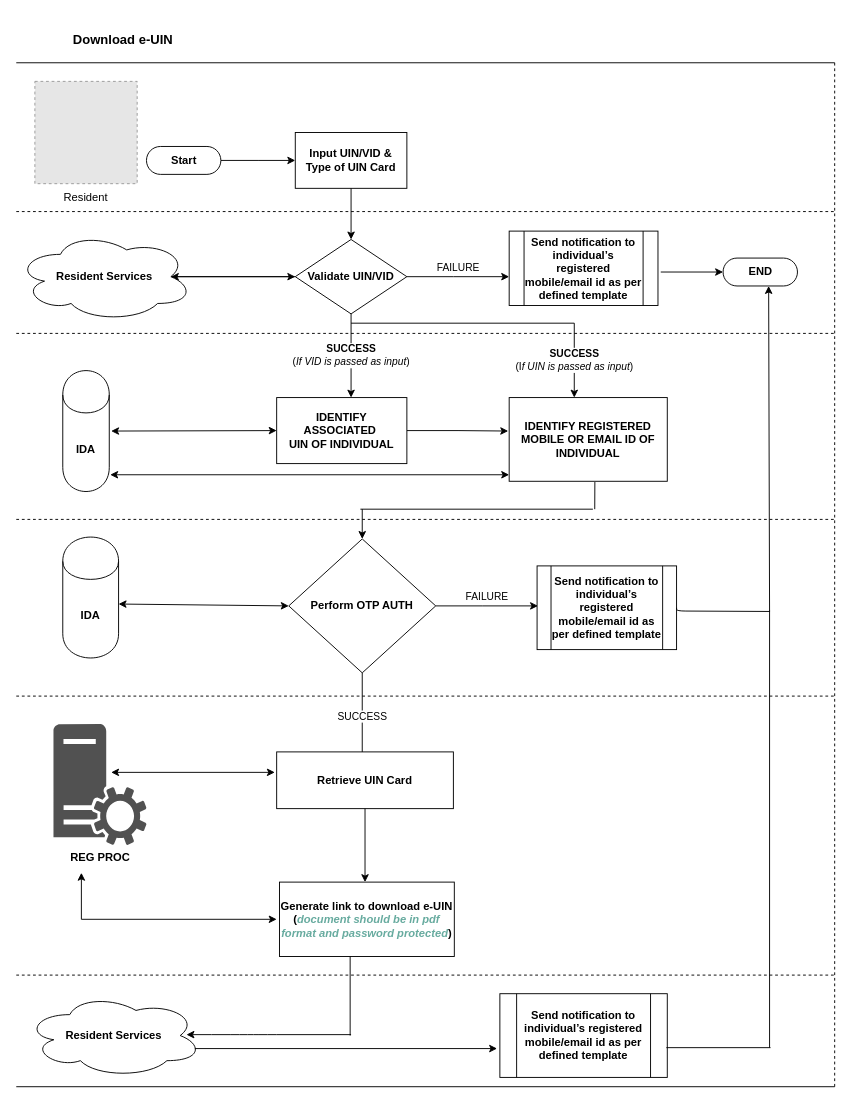
Before: page "MOS-23862" (3 of 12) of _files/requirements/final_process_flows/Resident Service.drawio in ssenmosip/mosip-temp-documentation, a draw.io diagram. Source tidied: cells renumbered, new cells numbered last; positions are measured from the earlier drawing's top-left corner, leaving out a move shared by most shapes. Both pictures are drawn from the tidied source at 93%, with x=0, y=0 at pixel (16, 16). Pictures stored in the file or linked from it are replaced by grey dashed boxes.
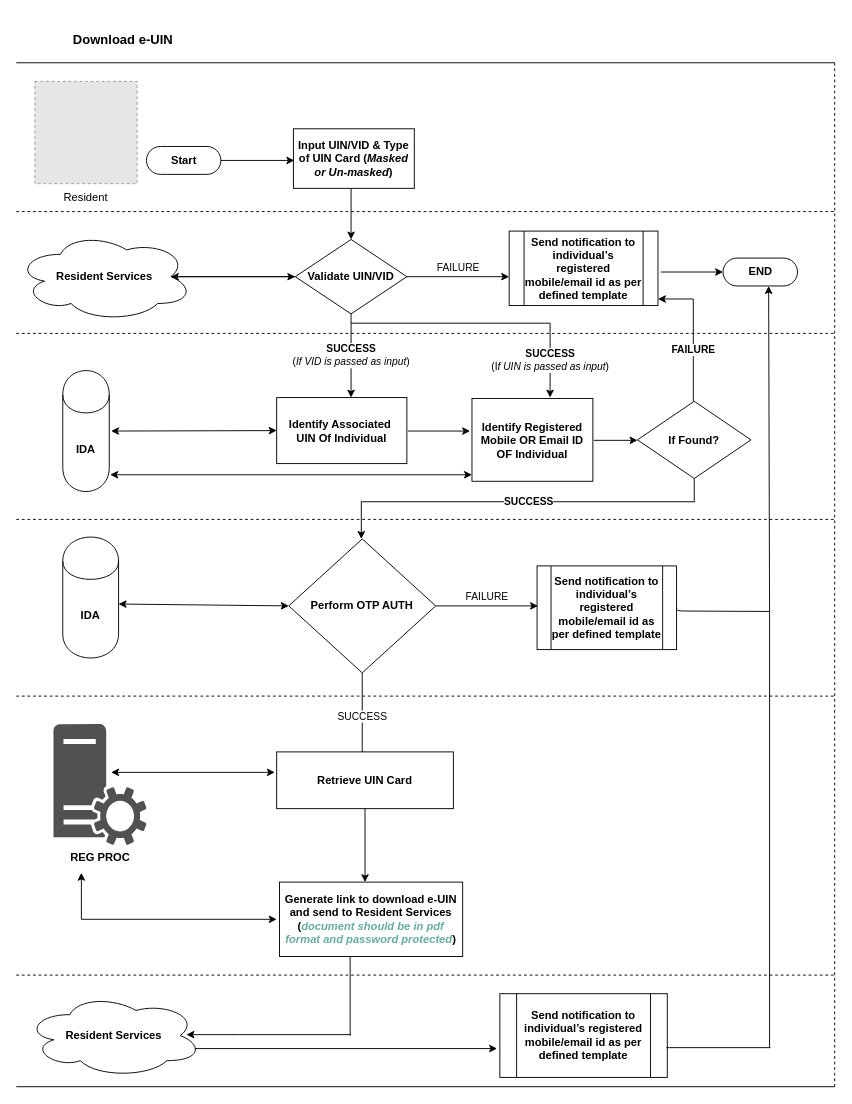
Above is the later version.

The change refers to these unchanged cells:
```xml
<mxCell id="5" value="&lt;b&gt;Start&lt;/b&gt;" style="html=1;dashed=0;whitespace=wrap;shape=mxgraph.dfd.start;" parent="1" vertex="1">
  <mxGeometry x="140" y="140" width="80" height="30" as="geometry" />
</mxCell>
<mxCell id="20" value="&lt;b&gt;Perform OTP AUTH&lt;/b&gt;" style="rhombus;whiteSpace=wrap;html=1;direction=south;" parent="1" vertex="1">
  <mxGeometry x="293" y="562" width="158" height="144" as="geometry" />
</mxCell>
```

What changed in the source:
```diff
@@
-    <mxCell id="4" style="edgeStyle=orthogonalEdgeStyle;rounded=0;jettySize=auto;html=1;" parent="1" edge="1" source="5">
+    <mxCell id="4" style="edgeStyle=orthogonalEdgeStyle;rounded=0;orthogonalLoop=1;jettySize=auto;html=1;" parent="1" edge="1">
       <mxGeometry relative="1" as="geometry">
-        <mxPoint x="300" y="155" as="targetPoint" />
+        <mxPoint x="219" y="155" as="sourcePoint" />
+        <mxPoint x="299" y="155" as="targetPoint" />
       </mxGeometry>
     </mxCell>
@@
-    <mxCell id="7" value="&lt;b&gt;Input UIN/VID &amp;amp; Type of UIN Card&lt;/b&gt;" style="rounded=0;whiteSpace=wrap;html=1;" parent="1" vertex="1">
-      <mxGeometry x="300" y="125" width="120" height="60" as="geometry" />
+    <mxCell id="7" value="&lt;b&gt;Input UIN/VID &amp;amp; Type of UIN Card (&lt;i&gt;Masked or Un-masked&lt;/i&gt;)&lt;/b&gt;" style="rounded=0;whiteSpace=wrap;html=1;" parent="1" vertex="1">
+      <mxGeometry x="298" y="121" width="130" height="64" as="geometry" />
     </mxCell>
@@
-    <mxCell id="17" value="&lt;b&gt;IDENTIFY REGISTERED MOBILE OR EMAIL ID OF INDIVIDUAL&lt;/b&gt;" style="rounded=0;whiteSpace=wrap;html=1;" parent="1" vertex="1">
-      <mxGeometry x="530" y="410" width="170" height="90" as="geometry" />
+    <mxCell id="17" value="&lt;b&gt;Identify Registered Mobile OR Email ID OF Individual&lt;/b&gt;" style="rounded=0;whiteSpace=wrap;html=1;" parent="1" vertex="1">
+      <mxGeometry x="490" y="411" width="130" height="89" as="geometry" />
     </mxCell>
-    <mxCell id="18" style="edgeStyle=orthogonalEdgeStyle;rounded=0;jettySize=auto;html=1;entryX=-0.006;entryY=0.4;entryDx=0;entryDy=0;entryPerimeter=0;" parent="1" edge="1" source="19" target="17">
-      <mxGeometry relative="1" as="geometry" />
-    </mxCell>
-    <mxCell id="19" value="&lt;b&gt;IDENTIFY ASSOCIATED&amp;nbsp;&lt;br&gt;UIN OF INDIVIDUAL&lt;/b&gt;" style="rounded=0;whiteSpace=wrap;html=1;" parent="1" vertex="1">
+    <mxCell id="19" value="&lt;b&gt;Identify Associated&amp;nbsp;&lt;br&gt;UIN Of Individual&lt;/b&gt;" style="rounded=0;whiteSpace=wrap;html=1;" parent="1" vertex="1">
       <mxGeometry x="280" y="410" width="140" height="71" as="geometry" />
     </mxCell>
@@
-    <mxCell id="23" style="endArrow=classic;html=1;" parent="1" edge="1" target="20">
-      <mxGeometry relative="1" as="geometry">
-        <mxPoint x="372" y="530" as="sourcePoint" />
-      </mxGeometry>
-    </mxCell>
-    <mxCell id="24" style="endArrow=none;html=1;" parent="1" edge="1">
-      <mxGeometry relative="1" as="geometry">
-        <mxPoint x="370" y="530" as="sourcePoint" />
-        <mxPoint x="620" y="530" as="targetPoint" />
-      </mxGeometry>
-    </mxCell>
-    <mxCell id="25" style="endArrow=none;html=1;entryX=0.542;entryY=1.009;entryDx=0;entryDy=0;entryPerimeter=0;" parent="1" edge="1" target="17">
-      <mxGeometry relative="1" as="geometry">
-        <mxPoint x="622" y="530" as="sourcePoint" />
-      </mxGeometry>
-    </mxCell>
@@
     <mxCell id="39" style="endArrow=none;html=1;" parent="1" edge="1">
       <mxGeometry relative="1" as="geometry">
         <mxPoint x="360" y="330" as="sourcePoint" />
-        <mxPoint x="600" y="330" as="targetPoint" />
+        <mxPoint x="574" y="330" as="targetPoint" />
       </mxGeometry>
     </mxCell>
     <mxCell id="40" value="&lt;b&gt;SUCCESS&lt;/b&gt;&lt;br&gt;(I&lt;i&gt;f UIN is passed as input&lt;/i&gt;)&lt;br&gt;" style="endArrow=classic;html=1;" parent="1" edge="1">
       <mxGeometry relative="1" as="geometry">
-        <mxPoint x="600" y="330" as="sourcePoint" />
-        <mxPoint x="600" y="410" as="targetPoint" />
+        <mxPoint x="574" y="330" as="sourcePoint" />
+        <mxPoint x="574" y="410" as="targetPoint" />
       </mxGeometry>
     </mxCell>
@@
     <mxCell id="44" style="endArrow=classic;startArrow=classic;html=1;" parent="1" edge="1">
       <mxGeometry relative="1" as="geometry">
         <mxPoint x="101" y="493" as="sourcePoint" />
-        <mxPoint x="530" y="493" as="targetPoint" />
+        <mxPoint x="490" y="493" as="targetPoint" />
       </mxGeometry>
     </mxCell>
@@
-    <mxCell id="47" value="&lt;b&gt;Generate link to download e-UIN&lt;br&gt;(&lt;i&gt;&lt;font color=&quot;#67ab9f&quot;&gt;document should be in pdf format and password protected&lt;/font&gt;&lt;/i&gt;)&lt;br&gt;&lt;/b&gt;" style="rounded=0;whiteSpace=wrap;html=1;" parent="1" vertex="1">
-      <mxGeometry x="283" y="931" width="188" height="80" as="geometry" />
+    <mxCell id="47" value="&lt;b&gt;Generate link to download e-UIN and send to Resident Services&lt;br&gt;(&lt;i&gt;&lt;font color=&quot;#67ab9f&quot;&gt;document should be in pdf format and password protected&lt;/font&gt;&lt;/i&gt;)&lt;br&gt;&lt;/b&gt;" style="rounded=0;whiteSpace=wrap;html=1;" parent="1" vertex="1">
+      <mxGeometry x="283" y="931" width="197" height="80" as="geometry" />
     </mxCell>
@@
+    <mxCell id="59" style="edgeStyle=orthogonalEdgeStyle;rounded=0;orthogonalLoop=1;jettySize=auto;html=1;" parent="1" edge="1">
+      <mxGeometry relative="1" as="geometry">
+        <mxPoint x="421" y="446" as="sourcePoint" />
+        <mxPoint x="488" y="446" as="targetPoint" />
+      </mxGeometry>
+    </mxCell>
+    <mxCell id="60" value="&lt;b&gt;If Found?&lt;/b&gt;" style="rhombus;whiteSpace=wrap;html=1;" parent="1" vertex="1">
+      <mxGeometry x="668" y="414" width="122" height="83" as="geometry" />
+    </mxCell>
+    <mxCell id="61" value="&lt;b&gt;SUCCESS&lt;/b&gt;" style="endArrow=none;html=1;" parent="1" edge="1">
+      <mxGeometry relative="1" as="geometry">
+        <mxPoint x="372" y="522" as="sourcePoint" />
+        <mxPoint x="730" y="522" as="targetPoint" />
+      </mxGeometry>
+    </mxCell>
+    <mxCell id="62" style="endArrow=classic;html=1;entryX=0;entryY=0.5;entryDx=0;entryDy=0;" parent="1" edge="1">
+      <mxGeometry relative="1" as="geometry">
+        <mxPoint x="371" y="521" as="sourcePoint" />
+        <mxPoint x="371" y="562" as="targetPoint" />
+      </mxGeometry>
+    </mxCell>
+    <mxCell id="63" style="endArrow=none;html=1;entryX=0.5;entryY=1;entryDx=0;entryDy=0;" parent="1" edge="1" target="60">
+      <mxGeometry relative="1" as="geometry">
+        <mxPoint x="729" y="521" as="sourcePoint" />
+      </mxGeometry>
+    </mxCell>
+    <mxCell id="64" value="&lt;b&gt;FAILURE&lt;/b&gt;" style="endArrow=none;html=1;" parent="1" edge="1">
+      <mxGeometry relative="1" as="geometry">
+        <mxPoint x="728" y="414" as="sourcePoint" />
+        <mxPoint x="728" y="304" as="targetPoint" />
+      </mxGeometry>
+    </mxCell>
+    <mxCell id="65" style="endArrow=classic;html=1;entryX=1.015;entryY=0.854;entryDx=0;entryDy=0;entryPerimeter=0;" parent="1" edge="1">
+      <mxGeometry relative="1" as="geometry">
+        <mxPoint x="728" y="304" as="sourcePoint" />
+        <mxPoint x="690" y="304" as="targetPoint" />
+      </mxGeometry>
+    </mxCell>
+    <mxCell id="66" style="edgeStyle=orthogonalEdgeStyle;rounded=0;orthogonalLoop=1;jettySize=auto;html=1;" parent="1" edge="1">
+      <mxGeometry relative="1" as="geometry">
+        <mxPoint x="621" y="456" as="sourcePoint" />
+        <mxPoint x="668" y="456" as="targetPoint" />
+      </mxGeometry>
+    </mxCell>
```
